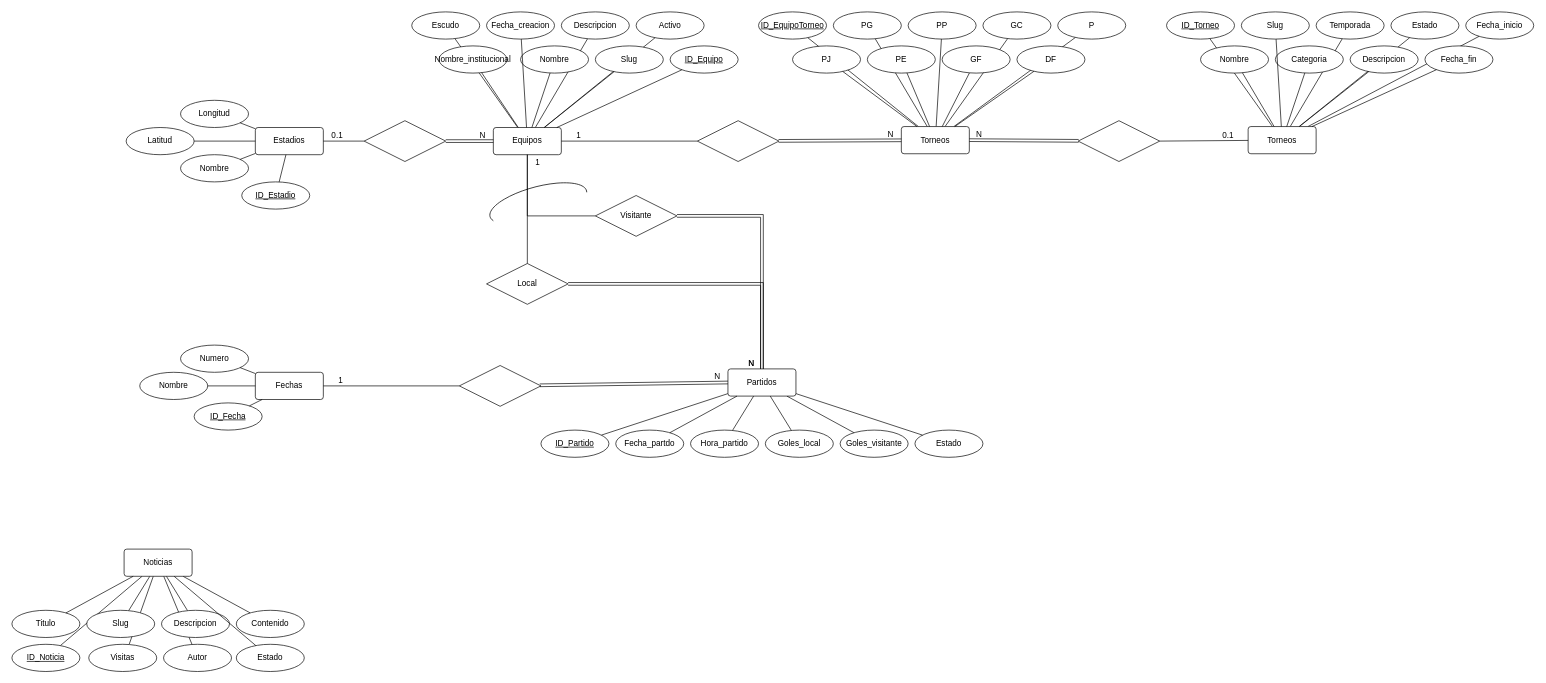
Above: DER-LigaChivilcoyana.drawio in JosueGaticaOdato/liga-chivilcoyana-futbol (draw.io), before the change. Source tidied: cells renumbered, new cells numbered last; positions are measured from the earlier drawing's top-left corner, leaving out a move shared by most shapes. Both pictures are drawn from the tidied source at 68%, with x=0, y=0 at pixel (12, 12).
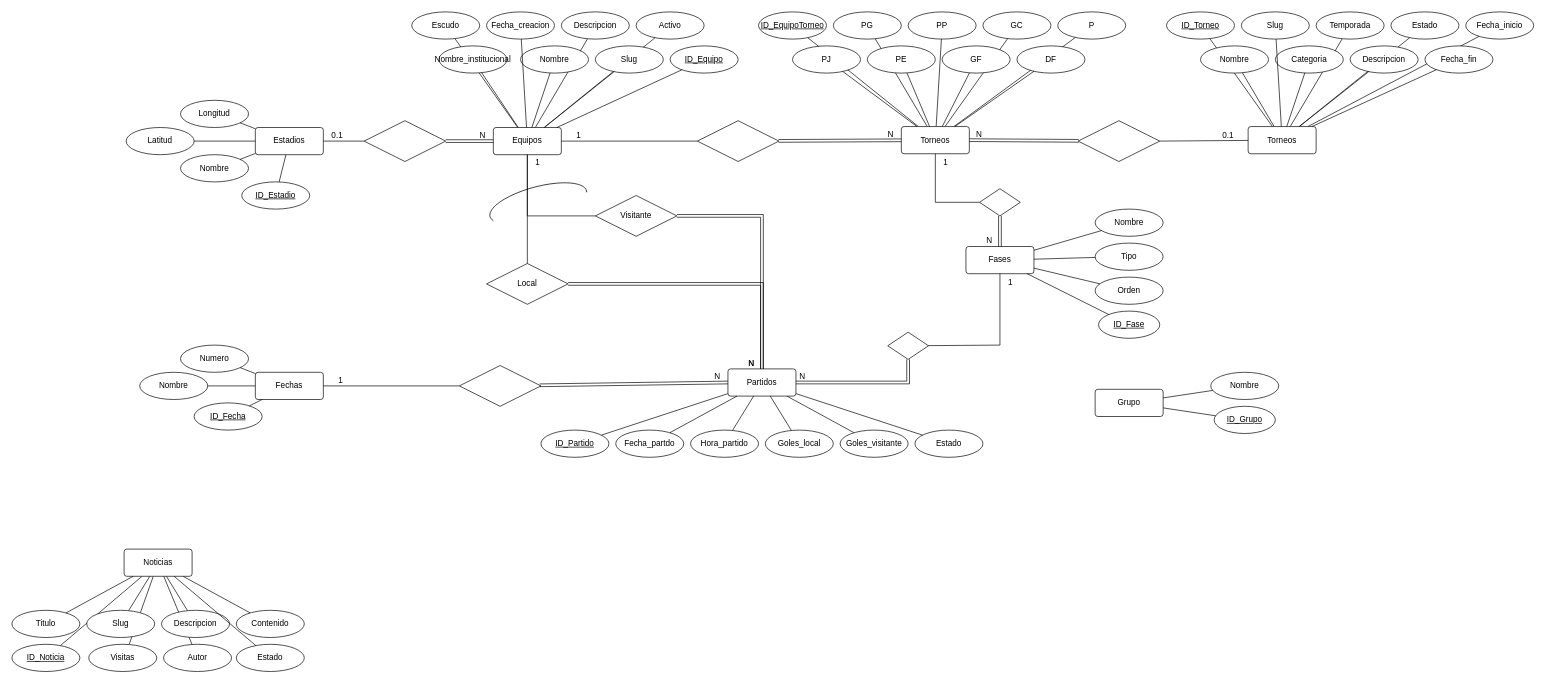
The same page after the edit.

Unchanged cells that the change refers to:
```xml
<mxCell id="66" value="Partidos" style="rounded=1;arcSize=10;whiteSpace=wrap;html=1;align=center;" parent="1" vertex="1">
  <mxGeometry x="1053" y="525" width="100" height="40" as="geometry" />
</mxCell>
<mxCell id="94" value="Torneos" style="rounded=1;arcSize=10;whiteSpace=wrap;html=1;align=center;" parent="1" vertex="1">
  <mxGeometry x="1308" y="168.6" width="100" height="40" as="geometry" />
</mxCell>
```

What changed in the source:
```diff
@@
+    <mxCell id="133" value="Fases" style="rounded=1;arcSize=10;whiteSpace=wrap;html=1;align=center;" parent="1" vertex="1">
+      <mxGeometry x="1403" y="345" width="100" height="40" as="geometry" />
+    </mxCell>
+    <mxCell id="134" value="Tipo" style="ellipse;whiteSpace=wrap;html=1;align=center;" parent="1" vertex="1">
+      <mxGeometry x="1593" y="340" width="100" height="40" as="geometry" />
+    </mxCell>
+    <mxCell id="135" value="Nombre" style="ellipse;whiteSpace=wrap;html=1;align=center;" parent="1" vertex="1">
+      <mxGeometry x="1593" y="290" width="100" height="40" as="geometry" />
+    </mxCell>
+    <mxCell id="136" style="endArrow=none;html=1;rounded=0;" parent="1" edge="1" source="134" target="133">
+      <mxGeometry relative="1" as="geometry" />
+    </mxCell>
+    <mxCell id="137" style="endArrow=none;html=1;rounded=0;" parent="1" edge="1" source="135" target="133">
+      <mxGeometry relative="1" as="geometry" />
+    </mxCell>
+    <mxCell id="138" value="ID_Fase" style="ellipse;whiteSpace=wrap;html=1;align=center;fontStyle=4;" parent="1" vertex="1">
+      <mxGeometry x="1598" y="440" width="90" height="40" as="geometry" />
+    </mxCell>
+    <mxCell id="139" style="endArrow=none;html=1;rounded=0;" parent="1" edge="1" source="138" target="133">
+      <mxGeometry relative="1" as="geometry" />
+    </mxCell>
+    <mxCell id="140" value="Orden" style="ellipse;whiteSpace=wrap;html=1;align=center;" parent="1" vertex="1">
+      <mxGeometry x="1593" y="390" width="100" height="40" as="geometry" />
+    </mxCell>
+    <mxCell id="141" style="endArrow=none;html=1;rounded=0;" parent="1" edge="1" source="140" target="133">
+      <mxGeometry relative="1" as="geometry" />
+    </mxCell>
+    <mxCell id="142" style="shape=rhombus;perimeter=rhombusPerimeter;whiteSpace=wrap;html=1;align=center;" parent="1" vertex="1">
+      <mxGeometry x="1423" y="260" width="60" height="40" as="geometry" />
+    </mxCell>
+    <mxCell id="143" style="endArrow=none;html=1;rounded=0;entryX=0.5;entryY=1;entryDx=0;entryDy=0;" parent="1" edge="1" source="142" target="94">
+      <mxGeometry relative="1" as="geometry">
+        <Array as="points">
+          <mxPoint x="1358" y="280" />
+        </Array>
+      </mxGeometry>
+    </mxCell>
+    <mxCell id="144" value="1" style="html=1;whiteSpace=wrap;align=right;verticalAlign=bottom;" parent="143" vertex="1">
+      <mxGeometry x="1" relative="1" as="geometry">
+        <mxPoint x="20" y="21" as="offset" />
+      </mxGeometry>
+    </mxCell>
+    <mxCell id="145" style="shape=link;html=1;rounded=0;" parent="1" edge="1" source="142" target="133">
+      <mxGeometry relative="1" as="geometry" />
+    </mxCell>
+    <mxCell id="146" value="N" style="html=1;whiteSpace=wrap;align=right;verticalAlign=bottom;" parent="145" vertex="1">
+      <mxGeometry x="1" relative="1" as="geometry">
+        <mxPoint x="-10" as="offset" />
+      </mxGeometry>
+    </mxCell>
+    <mxCell id="147" style="shape=rhombus;perimeter=rhombusPerimeter;whiteSpace=wrap;html=1;align=center;" parent="1" vertex="1">
+      <mxGeometry x="1288" y="471" width="60" height="40" as="geometry" />
+    </mxCell>
+    <mxCell id="148" style="endArrow=none;html=1;rounded=0;" parent="1" edge="1" source="147" target="133">
+      <mxGeometry relative="1" as="geometry">
+        <Array as="points">
+          <mxPoint x="1453" y="490" />
+        </Array>
+      </mxGeometry>
+    </mxCell>
+    <mxCell id="149" value="1" style="html=1;whiteSpace=wrap;align=right;verticalAlign=bottom;" parent="148" vertex="1">
+      <mxGeometry x="1" relative="1" as="geometry">
+        <mxPoint x="20" y="21" as="offset" />
+      </mxGeometry>
+    </mxCell>
+    <mxCell id="150" style="shape=link;html=1;rounded=0;" parent="1" edge="1" source="147" target="66">
+      <mxGeometry relative="1" as="geometry">
+        <Array as="points">
+          <mxPoint x="1318" y="545" />
+        </Array>
+      </mxGeometry>
+    </mxCell>
+    <mxCell id="151" value="N" style="html=1;whiteSpace=wrap;align=right;verticalAlign=bottom;" parent="150" vertex="1">
+      <mxGeometry x="1" relative="1" as="geometry">
+        <mxPoint x="15" as="offset" />
+      </mxGeometry>
+    </mxCell>
+    <mxCell id="152" value="Grupo" style="rounded=1;arcSize=10;whiteSpace=wrap;html=1;align=center;" parent="1" vertex="1">
+      <mxGeometry x="1593" y="555" width="100" height="40" as="geometry" />
+    </mxCell>
+    <mxCell id="153" value="ID_Grupo" style="ellipse;whiteSpace=wrap;html=1;align=center;fontStyle=4;" parent="1" vertex="1">
+      <mxGeometry x="1768" y="580" width="90" height="40" as="geometry" />
+    </mxCell>
+    <mxCell id="154" value="Nombre" style="ellipse;whiteSpace=wrap;html=1;align=center;" parent="1" vertex="1">
+      <mxGeometry x="1763" y="530" width="100" height="40" as="geometry" />
+    </mxCell>
+    <mxCell id="155" style="endArrow=none;html=1;rounded=0;" parent="1" edge="1" source="154" target="152">
+      <mxGeometry relative="1" as="geometry" />
+    </mxCell>
+    <mxCell id="156" style="endArrow=none;html=1;rounded=0;" parent="1" edge="1" source="153" target="152">
+      <mxGeometry relative="1" as="geometry" />
+    </mxCell>
```
